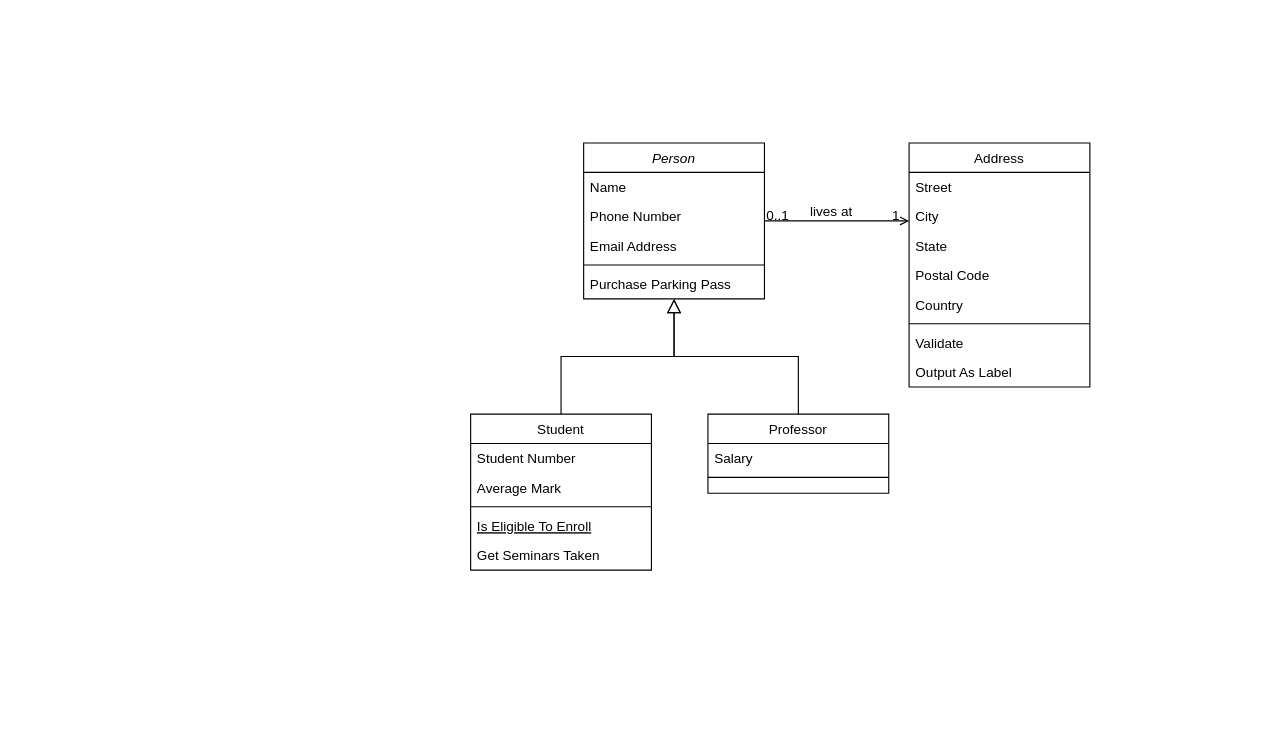
unapu-go/capes-print-uml keeps this draw.io diagram as capes-print.drawio. Above is the earlier version. Source tidied: cells renumbered, new cells numbered last; positions are measured from the earlier drawing's top-left corner, leaving out a move shared by most shapes. Both pictures are drawn from the tidied source at 113%, with x=0, y=0 at pixel (470, 142).
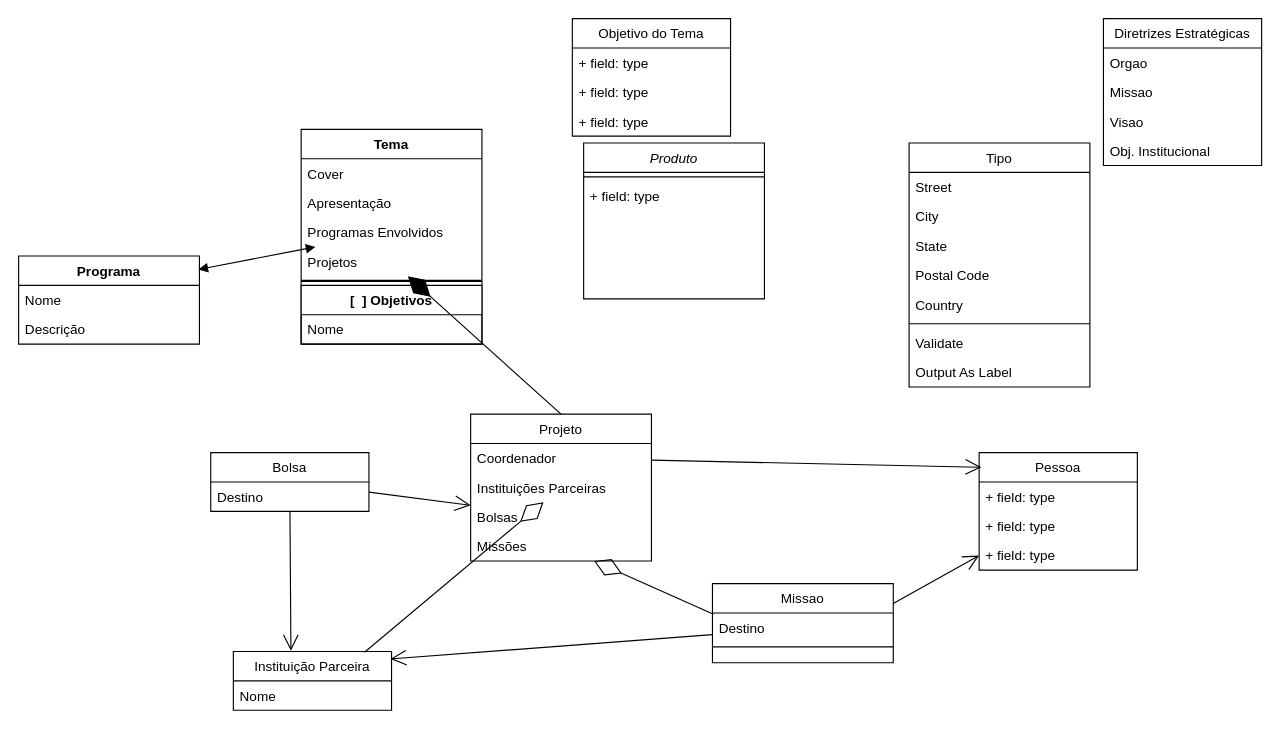
The same page after the edit.

The edit, as a diff of the source:
```diff
@@
-    <mxCell id="2" value="Person" style="swimlane;fontStyle=2;align=center;verticalAlign=top;horizontal=1;startSize=26;rounded=0;shadow=0;strokeWidth=1;" parent="1" vertex="1">
+    <mxCell id="2" value="Produto" style="swimlane;fontStyle=2;align=center;verticalAlign=top;horizontal=1;startSize=26;rounded=0;shadow=0;strokeWidth=1;" parent="1" vertex="1">
       <mxGeometry x="100" width="160" height="138" as="geometry" />
     </mxCell>
-    <mxCell id="3" value="Name" style="text;align=left;verticalAlign=top;spacingLeft=4;spacingRight=4;overflow=hidden;" parent="2" vertex="1">
-      <mxGeometry y="26" width="160" height="26" as="geometry" />
-    </mxCell>
-    <mxCell id="4" value="Phone Number" style="text;align=left;verticalAlign=top;spacingLeft=4;spacingRight=4;overflow=hidden;rounded=0;shadow=0;html=0;" parent="2" vertex="1">
-      <mxGeometry y="52" width="160" height="26" as="geometry" />
-    </mxCell>
-    <mxCell id="5" value="Email Address" style="text;align=left;verticalAlign=top;spacingLeft=4;spacingRight=4;overflow=hidden;rounded=0;shadow=0;html=0;" parent="2" vertex="1">
-      <mxGeometry y="78" width="160" height="26" as="geometry" />
-    </mxCell>
     <mxCell id="6" style="line;html=1;strokeWidth=1;align=left;verticalAlign=middle;spacingTop=-1;spacingLeft=3;spacingRight=3;labelPosition=right;" parent="2" vertex="1">
-      <mxGeometry y="104" width="160" height="8" as="geometry" />
+      <mxGeometry y="26" width="160" height="8" as="geometry" />
     </mxCell>
-    <mxCell id="7" value="Purchase Parking Pass" style="text;align=left;verticalAlign=top;spacingLeft=4;spacingRight=4;overflow=hidden;" parent="2" vertex="1">
-      <mxGeometry y="112" width="160" height="26" as="geometry" />
-    </mxCell>
+    <mxCell id="32" value="+ field: type" style="text;strokeColor=none;fillColor=none;align=left;verticalAlign=top;spacingLeft=4;spacingRight=4;overflow=hidden;" parent="2" vertex="1">
+      <mxGeometry y="34" width="160" height="26" as="geometry" />
+    </mxCell>
-    <mxCell id="8" value="Student" style="swimlane;fontStyle=0;align=center;verticalAlign=top;horizontal=1;startSize=26;rounded=0;shadow=0;strokeWidth=1;" parent="1" vertex="1">
-      <mxGeometry y="240" width="160" height="138" as="geometry" />
+    <mxCell id="8" value="Projeto" style="swimlane;fontStyle=0;align=center;verticalAlign=top;horizontal=1;startSize=26;rounded=0;shadow=0;strokeWidth=1;" parent="1" vertex="1">
+      <mxGeometry y="240" width="160" height="130" as="geometry" />
     </mxCell>
-    <mxCell id="9" value="Student Number" style="text;align=left;verticalAlign=top;spacingLeft=4;spacingRight=4;overflow=hidden;points=[[0,0.5],[1,0.5]];portConstraint=eastwest;" parent="8" vertex="1">
+    <mxCell id="9" value="Coordenador" style="text;align=left;verticalAlign=top;spacingLeft=4;spacingRight=4;overflow=hidden;points=[[0,0.5],[1,0.5]];portConstraint=eastwest;" parent="8" vertex="1">
       <mxGeometry y="26" width="160" height="26" as="geometry" />
     </mxCell>
-    <mxCell id="10" value="Average Mark" style="text;align=left;verticalAlign=top;spacingLeft=4;spacingRight=4;overflow=hidden;rounded=0;shadow=0;html=0;" parent="8" vertex="1">
-      <mxGeometry y="52" width="160" height="26" as="geometry" />
-    </mxCell>
-    <mxCell id="11" style="line;html=1;strokeWidth=1;align=left;verticalAlign=middle;spacingTop=-1;spacingLeft=3;spacingRight=3;labelPosition=right;" parent="8" vertex="1">
-      <mxGeometry y="78" width="160" height="8" as="geometry" />
-    </mxCell>
-    <mxCell id="12" value="Is Eligible To Enroll" style="text;align=left;verticalAlign=top;spacingLeft=4;spacingRight=4;overflow=hidden;fontStyle=4;" parent="8" vertex="1">
-      <mxGeometry y="86" width="160" height="26" as="geometry" />
-    </mxCell>
-    <mxCell id="13" value="Get Seminars Taken" style="text;align=left;verticalAlign=top;spacingLeft=4;spacingRight=4;overflow=hidden;" parent="8" vertex="1">
-      <mxGeometry y="112" width="160" height="26" as="geometry" />
-    </mxCell>
-    <mxCell id="14" style="endArrow=block;endSize=10;endFill=0;shadow=0;strokeWidth=1;rounded=0;edgeStyle=elbowEdgeStyle;elbow=vertical;" parent="1" edge="1" source="8" target="2">
-      <mxGeometry relative="1" as="geometry" />
-    </mxCell>
+    <mxCell id="33" value="Instituições Parceiras" style="text;align=left;verticalAlign=top;spacingLeft=4;spacingRight=4;overflow=hidden;points=[[0,0.5],[1,0.5]];portConstraint=eastwest;" parent="8" vertex="1">
+      <mxGeometry y="52" width="160" height="26" as="geometry" />
+    </mxCell>
+    <mxCell id="34" value="Bolsas" style="text;align=left;verticalAlign=top;spacingLeft=4;spacingRight=4;overflow=hidden;points=[[0,0.5],[1,0.5]];portConstraint=eastwest;" parent="8" vertex="1">
+      <mxGeometry y="78" width="160" height="26" as="geometry" />
+    </mxCell>
+    <mxCell id="35" value="Missões" style="text;align=left;verticalAlign=top;spacingLeft=4;spacingRight=4;overflow=hidden;points=[[0,0.5],[1,0.5]];portConstraint=eastwest;" parent="8" vertex="1">
+      <mxGeometry y="104" width="160" height="26" as="geometry" />
+    </mxCell>
-    <mxCell id="15" value="Professor" style="swimlane;fontStyle=0;align=center;verticalAlign=top;horizontal=1;startSize=26;rounded=0;shadow=0;strokeWidth=1;" parent="1" vertex="1">
-      <mxGeometry x="210" y="240" width="160" height="70" as="geometry" />
+    <mxCell id="15" value="Missao" style="swimlane;fontStyle=0;align=center;verticalAlign=top;horizontal=1;startSize=26;rounded=0;shadow=0;strokeWidth=1;" parent="1" vertex="1">
+      <mxGeometry x="214" y="390" width="160" height="70" as="geometry" />
     </mxCell>
-    <mxCell id="16" value="Salary" style="text;align=left;verticalAlign=top;spacingLeft=4;spacingRight=4;overflow=hidden;points=[[0,0.5],[1,0.5]];portConstraint=eastwest;" parent="15" vertex="1">
+    <mxCell id="16" value="Destino" style="text;align=left;verticalAlign=top;spacingLeft=4;spacingRight=4;overflow=hidden;points=[[0,0.5],[1,0.5]];portConstraint=eastwest;" parent="15" vertex="1">
       <mxGeometry y="26" width="160" height="26" as="geometry" />
     </mxCell>
@@
-    <mxCell id="18" style="endArrow=block;endSize=10;endFill=0;shadow=0;strokeWidth=1;rounded=0;edgeStyle=elbowEdgeStyle;elbow=vertical;" parent="1" edge="1" source="15" target="2">
-      <mxGeometry relative="1" as="geometry" />
-    </mxCell>
-    <mxCell id="19" value="Address" style="swimlane;fontStyle=0;align=center;verticalAlign=top;horizontal=1;startSize=26;rounded=0;shadow=0;strokeWidth=1;" parent="1" vertex="1">
+    <mxCell id="19" value="Tipo" style="swimlane;fontStyle=0;align=center;verticalAlign=top;horizontal=1;startSize=26;rounded=0;shadow=0;strokeWidth=1;" parent="1" vertex="1">
       <mxGeometry x="388" width="160" height="216" as="geometry" />
     </mxCell>
@@
-    <mxCell id="28" style="endArrow=open;shadow=0;strokeWidth=1;rounded=0;endFill=1;edgeStyle=elbowEdgeStyle;elbow=vertical;" parent="1" edge="1" source="2" target="19">
-      <mxGeometry x="0.5" y="41" relative="1" as="geometry">
-        <mxPoint x="-40" y="32" as="offset" />
-      </mxGeometry>
-    </mxCell>
-    <mxCell id="29" value="0..1" style="align=left;verticalAlign=bottom;labelBackgroundColor=none;fontSize=12;" parent="28" vertex="1">
-      <mxGeometry x="-1" relative="1" as="geometry">
-        <mxPoint y="4" as="offset" />
-      </mxGeometry>
-    </mxCell>
-    <mxCell id="30" value="1" style="align=right;verticalAlign=bottom;labelBackgroundColor=none;fontSize=12;" parent="28" vertex="1">
-      <mxGeometry x="1" relative="1" as="geometry">
-        <mxPoint x="-7" y="4" as="offset" />
-      </mxGeometry>
-    </mxCell>
-    <mxCell id="31" value="lives at" style="text;html=1;align=center;verticalAlign=middle;labelBackgroundColor=none;rounded=0;shadow=0;strokeWidth=1;fontSize=12;" parent="28" vertex="1">
-      <mxGeometry x="0.5" y="49" relative="1" as="geometry">
-        <mxPoint x="-38" y="40" as="offset" />
-      </mxGeometry>
-    </mxCell>
+    <mxCell id="36" value="Tema" style="swimlane;fontStyle=1;align=center;verticalAlign=top;horizontal=1;startSize=26;" parent="1" vertex="1">
+      <mxGeometry x="-150" y="-12" width="160" height="190" as="geometry" />
+    </mxCell>
+    <mxCell id="37" value="Cover" style="text;strokeColor=none;fillColor=none;align=left;verticalAlign=top;spacingLeft=4;spacingRight=4;overflow=hidden;" parent="36" vertex="1">
+      <mxGeometry y="26" width="160" height="26" as="geometry" />
+    </mxCell>
+    <mxCell id="38" value="Apresentação" style="text;strokeColor=none;fillColor=none;align=left;verticalAlign=top;spacingLeft=4;spacingRight=4;overflow=hidden;" parent="36" vertex="1">
+      <mxGeometry y="52" width="160" height="26" as="geometry" />
+    </mxCell>
+    <mxCell id="39" value="Programas Envolvidos" style="text;strokeColor=none;fillColor=none;align=left;verticalAlign=top;spacingLeft=4;spacingRight=4;overflow=hidden;points=[[0,0.5],[1,0.5]];portConstraint=eastwest;" parent="36" vertex="1">
+      <mxGeometry y="78" width="160" height="26" as="geometry" />
+    </mxCell>
+    <mxCell id="40" value="Projetos" style="text;strokeColor=none;fillColor=none;align=left;verticalAlign=top;spacingLeft=4;spacingRight=4;overflow=hidden;points=[[0,0.5],[1,0.5]];portConstraint=eastwest;" parent="36" vertex="1">
+      <mxGeometry y="104" width="160" height="26" as="geometry" />
+    </mxCell>
+    <mxCell id="41" style="line;strokeWidth=2;fillColor=none;align=left;verticalAlign=middle;spacingTop=-1;spacingLeft=3;spacingRight=3;labelPosition=right;" parent="36" vertex="1">
+      <mxGeometry y="130" width="160" height="8" as="geometry" />
+    </mxCell>
+    <mxCell id="42" value="[  ] Objetivos" style="swimlane;fontStyle=1;align=center;verticalAlign=top;horizontal=1;startSize=26;sketch=0;margin:10px;" parent="36" vertex="1">
+      <mxGeometry y="138" width="160" height="52" as="geometry" />
+    </mxCell>
+    <mxCell id="43" value="Nome" style="text;strokeColor=none;fillColor=none;align=left;verticalAlign=top;spacingLeft=4;spacingRight=4;overflow=hidden;margin=10;" parent="42" vertex="1">
+      <mxGeometry y="26" width="160" height="26" as="geometry" />
+    </mxCell>
+    <mxCell id="44" value="Programa" style="swimlane;fontStyle=1;align=center;verticalAlign=top;horizontal=1;startSize=26;" parent="1" vertex="1">
+      <mxGeometry x="-400" y="100" width="160" height="78" as="geometry" />
+    </mxCell>
+    <mxCell id="45" value="Nome" style="text;strokeColor=none;fillColor=none;align=left;verticalAlign=top;spacingLeft=4;spacingRight=4;overflow=hidden;" parent="44" vertex="1">
+      <mxGeometry y="26" width="160" height="26" as="geometry" />
+    </mxCell>
+    <mxCell id="46" value="Descrição" style="text;strokeColor=none;fillColor=none;align=left;verticalAlign=top;spacingLeft=4;spacingRight=4;overflow=hidden;" parent="44" vertex="1">
+      <mxGeometry y="52" width="160" height="26" as="geometry" />
+    </mxCell>
+    <mxCell id="47" value="Objetivo do Tema" style="swimlane;fontStyle=0;horizontal=1;startSize=26;fillColor=none;" parent="1" vertex="1">
+      <mxGeometry x="90" y="-110" width="140" height="104" as="geometry" />
+    </mxCell>
+    <mxCell id="48" value="+ field: type" style="text;strokeColor=none;fillColor=none;align=left;verticalAlign=top;spacingLeft=4;spacingRight=4;overflow=hidden;" parent="47" vertex="1">
+      <mxGeometry y="26" width="140" height="26" as="geometry" />
+    </mxCell>
+    <mxCell id="49" value="+ field: type" style="text;strokeColor=none;fillColor=none;align=left;verticalAlign=top;spacingLeft=4;spacingRight=4;overflow=hidden;" parent="47" vertex="1">
+      <mxGeometry y="52" width="140" height="26" as="geometry" />
+    </mxCell>
+    <mxCell id="50" value="+ field: type" style="text;strokeColor=none;fillColor=none;align=left;verticalAlign=top;spacingLeft=4;spacingRight=4;overflow=hidden;" parent="47" vertex="1">
+      <mxGeometry y="78" width="140" height="26" as="geometry" />
+    </mxCell>
+    <mxCell id="51" value="Bolsa" style="swimlane;fontStyle=0;horizontal=1;startSize=26;fillColor=none;" parent="1" vertex="1">
+      <mxGeometry x="-230" y="274" width="140" height="52" as="geometry" />
+    </mxCell>
+    <mxCell id="52" value="Destino" style="text;strokeColor=none;fillColor=none;align=left;verticalAlign=top;spacingLeft=4;spacingRight=4;overflow=hidden;points=[[0,0.5],[1,0.5]];portConstraint=eastwest;" parent="51" vertex="1">
+      <mxGeometry y="26" width="140" height="26" as="geometry" />
+    </mxCell>
+    <mxCell id="53" value="Pessoa" style="swimlane;fontStyle=0;horizontal=1;startSize=26;fillColor=none;" parent="1" vertex="1">
+      <mxGeometry x="450" y="274" width="140" height="104" as="geometry" />
+    </mxCell>
+    <mxCell id="54" value="+ field: type" style="text;strokeColor=none;fillColor=none;align=left;verticalAlign=top;spacingLeft=4;spacingRight=4;overflow=hidden;" parent="53" vertex="1">
+      <mxGeometry y="26" width="140" height="26" as="geometry" />
+    </mxCell>
+    <mxCell id="55" value="+ field: type" style="text;strokeColor=none;fillColor=none;align=left;verticalAlign=top;spacingLeft=4;spacingRight=4;overflow=hidden;" parent="53" vertex="1">
+      <mxGeometry y="52" width="140" height="26" as="geometry" />
+    </mxCell>
+    <mxCell id="56" value="+ field: type" style="text;strokeColor=none;fillColor=none;align=left;verticalAlign=top;spacingLeft=4;spacingRight=4;overflow=hidden;" parent="53" vertex="1">
+      <mxGeometry y="78" width="140" height="26" as="geometry" />
+    </mxCell>
+    <mxCell id="57" value="Instituição Parceira" style="swimlane;fontStyle=0;horizontal=1;startSize=26;fillColor=none;" parent="1" vertex="1">
+      <mxGeometry x="-210" y="450" width="140" height="52" as="geometry" />
+    </mxCell>
+    <mxCell id="58" value="Nome" style="text;strokeColor=none;fillColor=none;align=left;verticalAlign=top;spacingLeft=4;spacingRight=4;overflow=hidden;" parent="57" vertex="1">
+      <mxGeometry y="26" width="140" height="26" as="geometry" />
+    </mxCell>
+    <mxCell id="59" value="Diretrizes Estratégicas" style="swimlane;fontStyle=0;horizontal=1;startSize=26;fillColor=none;" parent="1" vertex="1">
+      <mxGeometry x="560" y="-110" width="140" height="130" as="geometry" />
+    </mxCell>
+    <mxCell id="60" value="Orgao" style="text;strokeColor=none;fillColor=none;align=left;verticalAlign=top;spacingLeft=4;spacingRight=4;overflow=hidden;" parent="59" vertex="1">
+      <mxGeometry y="26" width="140" height="26" as="geometry" />
+    </mxCell>
+    <mxCell id="61" value="Missao" style="text;strokeColor=none;fillColor=none;align=left;verticalAlign=top;spacingLeft=4;spacingRight=4;overflow=hidden;" parent="59" vertex="1">
+      <mxGeometry y="52" width="140" height="26" as="geometry" />
+    </mxCell>
+    <mxCell id="62" value="Visao" style="text;strokeColor=none;fillColor=none;align=left;verticalAlign=top;spacingLeft=4;spacingRight=4;overflow=hidden;" parent="59" vertex="1">
+      <mxGeometry y="78" width="140" height="26" as="geometry" />
+    </mxCell>
+    <mxCell id="63" value="Obj. Institucional" style="text;strokeColor=none;fillColor=none;align=left;verticalAlign=top;spacingLeft=4;spacingRight=4;overflow=hidden;" parent="59" vertex="1">
+      <mxGeometry y="104" width="140" height="26" as="geometry" />
+    </mxCell>
+    <mxCell id="64" style="endArrow=open;endFill=1;endSize=12;html=1;rounded=0;" parent="1" edge="1" source="51" target="34">
+      <mxGeometry relative="1" as="geometry" />
+    </mxCell>
+    <mxCell id="65" style="endArrow=diamondThin;endFill=0;endSize=24;html=1;rounded=0;exitX=0.829;exitY=0.013;exitDx=0;exitDy=0;exitPerimeter=0;" parent="1" edge="1" source="57" target="33">
+      <mxGeometry relative="1" as="geometry" />
+    </mxCell>
+    <mxCell id="66" style="endArrow=open;endFill=1;endSize=12;html=1;rounded=0;entryX=0.364;entryY=-0.013;entryDx=0;entryDy=0;entryPerimeter=0;" parent="1" edge="1" source="52" target="57">
+      <mxGeometry relative="1" as="geometry" />
+    </mxCell>
+    <mxCell id="67" style="endArrow=diamondThin;endFill=0;endSize=24;html=1;rounded=0;exitX=0.006;exitY=0.038;exitDx=0;exitDy=0;exitPerimeter=0;" parent="1" edge="1" source="16" target="35">
+      <mxGeometry relative="1" as="geometry" />
+    </mxCell>
+    <mxCell id="68" style="endArrow=open;endFill=1;endSize=12;html=1;rounded=0;entryX=0.993;entryY=0.128;entryDx=0;entryDy=0;entryPerimeter=0;" parent="1" edge="1" source="16" target="57">
+      <mxGeometry relative="1" as="geometry" />
+    </mxCell>
+    <mxCell id="69" style="endArrow=open;endFill=1;endSize=12;html=1;rounded=0;exitX=1;exitY=0.25;exitDx=0;exitDy=0;" parent="1" edge="1" source="15" target="53">
+      <mxGeometry relative="1" as="geometry" />
+    </mxCell>
+    <mxCell id="70" style="endArrow=diamondThin;endFill=1;endSize=24;html=1;rounded=0;exitX=0.5;exitY=0;exitDx=0;exitDy=0;" parent="1" edge="1" source="8" target="40">
+      <mxGeometry relative="1" as="geometry" />
+    </mxCell>
+    <mxCell id="71" style="endArrow=open;endFill=1;endSize=12;html=1;rounded=0;entryX=0.014;entryY=0.125;entryDx=0;entryDy=0;entryPerimeter=0;" parent="1" edge="1" source="9" target="53">
+      <mxGeometry relative="1" as="geometry" />
+    </mxCell>
+    <mxCell id="72" style="endArrow=block;startArrow=block;endFill=1;startFill=1;html=1;rounded=0;entryX=0.994;entryY=0.154;entryDx=0;entryDy=0;entryPerimeter=0;" parent="1" edge="1" source="39" target="44">
+      <mxGeometry relative="1" as="geometry" />
+    </mxCell>
```
